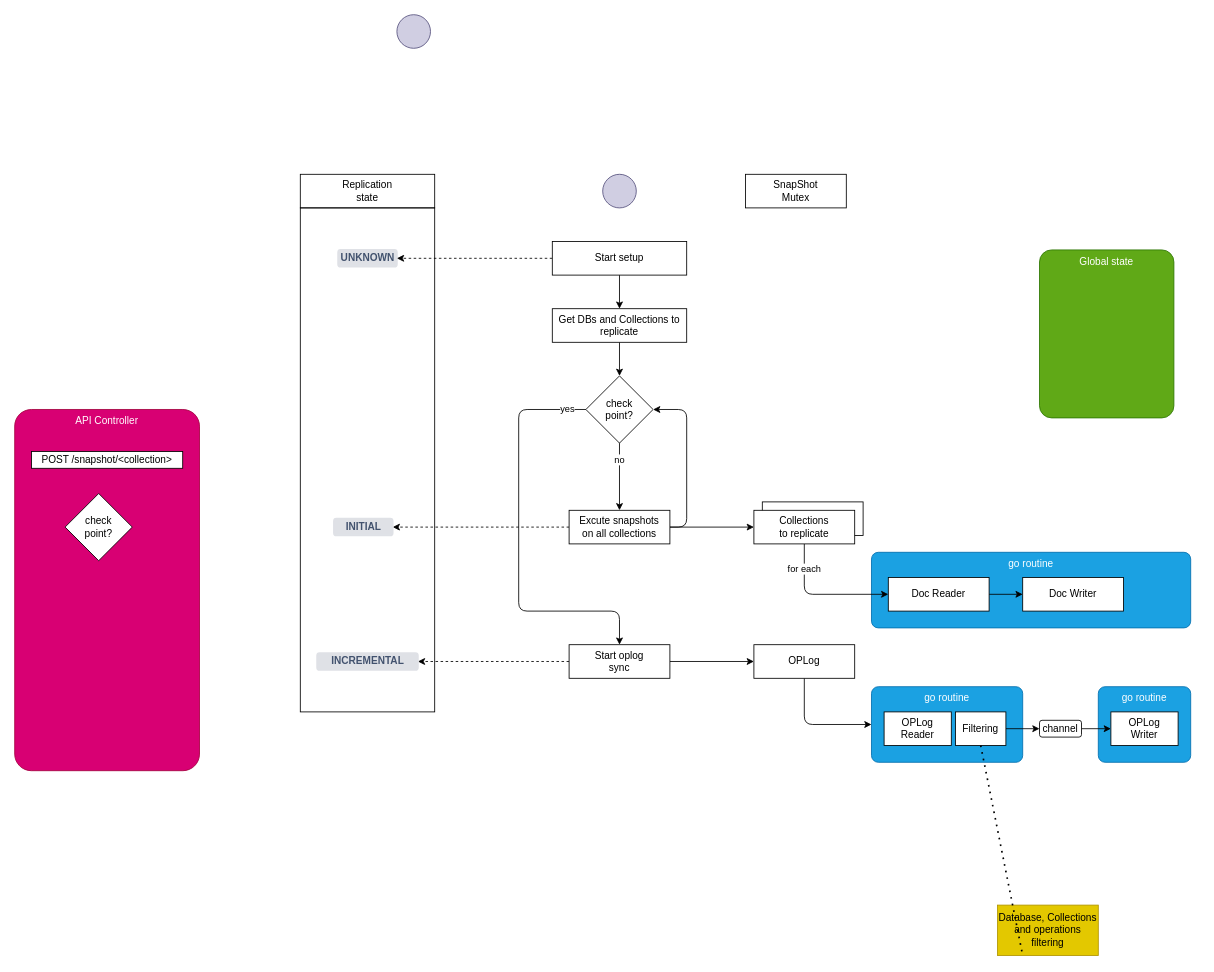
sebastienferry/mongo-repl keeps this draw.io diagram as page "Page-2" (1 of 3) of docs/mongo-repl.drawio. Above is the earlier version. Source tidied: cells renumbered, new cells numbered last; positions are measured from the earlier drawing's top-left corner, leaving out a move shared by most shapes. Both pictures are drawn from the tidied source at 84%, with x=0, y=0 at pixel (14, 14).
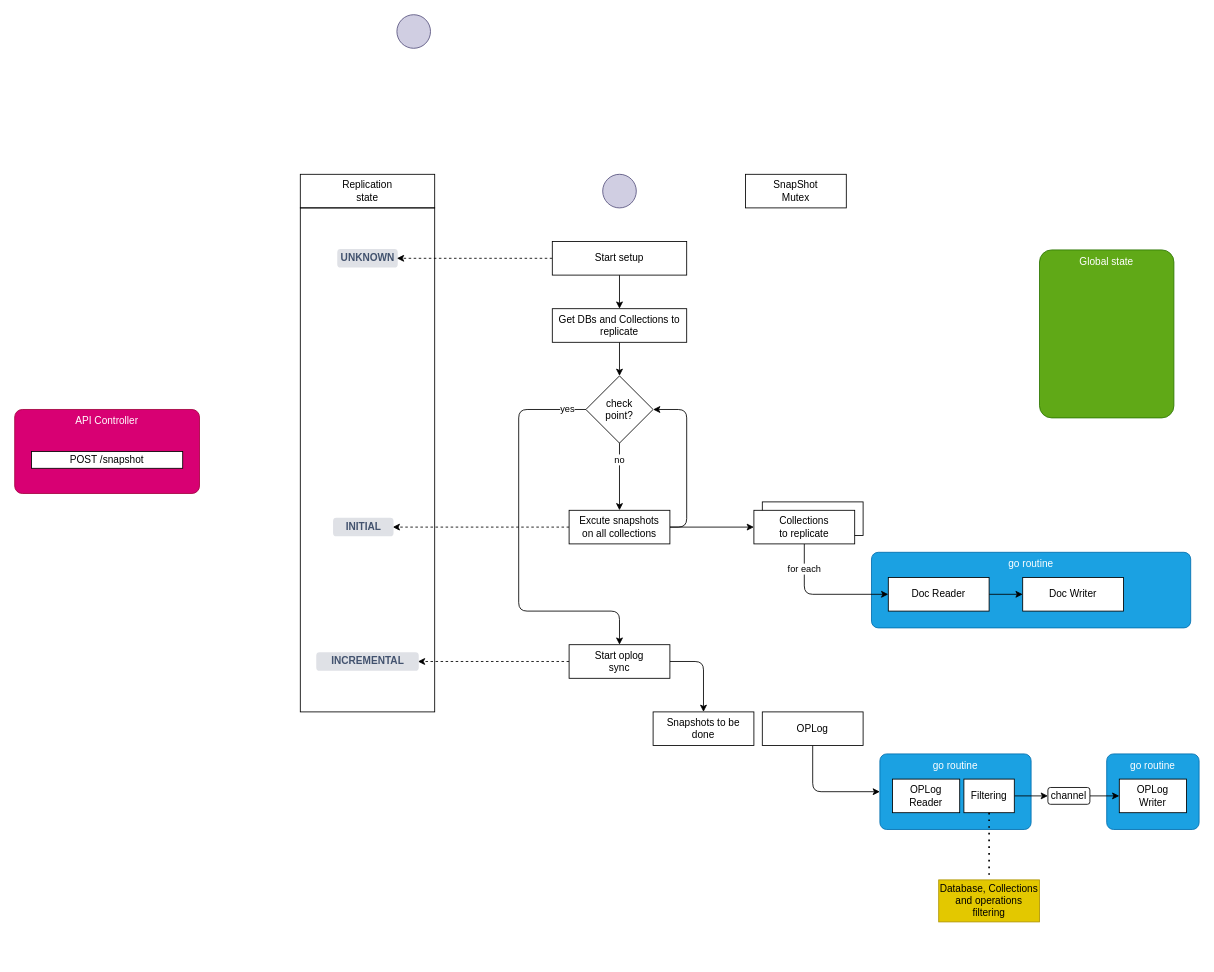
The same diagram, later.

The change refers to these unchanged cells:
```xml
<mxCell id="27" value="Start oplog&lt;br&gt;sync" style="rounded=0;whiteSpace=wrap;html=1;" parent="1" vertex="1">
  <mxGeometry x="660" y="750" width="120" height="40" as="geometry" />
</mxCell>
```

Diff of the diagram source:
```diff
@@
     <mxCell id="2" value="go routine" style="rounded=1;whiteSpace=wrap;html=1;fillColor=#1ba1e2;fontColor=#ffffff;strokeColor=#006EAF;verticalAlign=top;align=center;arcSize=9;" parent="1" vertex="1">
-      <mxGeometry x="1290" y="800" width="110" height="90" as="geometry" />
+      <mxGeometry x="1300" y="880" width="110" height="90" as="geometry" />
     </mxCell>
     <mxCell id="3" value="go routine" style="rounded=1;whiteSpace=wrap;html=1;fillColor=#1ba1e2;fontColor=#ffffff;strokeColor=#006EAF;verticalAlign=top;align=center;arcSize=9;" parent="1" vertex="1">
-      <mxGeometry x="1020" y="800" width="180" height="90" as="geometry" />
+      <mxGeometry x="1030" y="880" width="180" height="90" as="geometry" />
     </mxCell>
@@
     <mxCell id="8" value="OPLog&lt;br&gt;Writer" style="rounded=0;whiteSpace=wrap;html=1;" parent="1" vertex="1">
-      <mxGeometry x="1305" y="830" width="80" height="40" as="geometry" />
+      <mxGeometry x="1315" y="910" width="80" height="40" as="geometry" />
     </mxCell>
     <mxCell id="9" value="OPLog Reader" style="rounded=0;whiteSpace=wrap;html=1;" parent="1" vertex="1">
-      <mxGeometry x="1035" y="830" width="80" height="40" as="geometry" />
+      <mxGeometry x="1045" y="910" width="80" height="40" as="geometry" />
     </mxCell>
@@
     <mxCell id="14" value="channel" style="rounded=1;whiteSpace=wrap;html=1;" parent="1" vertex="1">
-      <mxGeometry x="1220" y="840" width="50" height="20" as="geometry" />
+      <mxGeometry x="1230" y="920" width="50" height="20" as="geometry" />
     </mxCell>
     <mxCell id="15" style="edgeStyle=none;html=1;exitX=0.5;exitY=1;exitDx=0;exitDy=0;entryX=0;entryY=0.5;entryDx=0;entryDy=0;" parent="1" edge="1" source="16" target="3">
       <mxGeometry relative="1" as="geometry">
         <Array as="points">
-          <mxPoint x="940" y="845" />
+          <mxPoint x="950" y="925" />
         </Array>
       </mxGeometry>
     </mxCell>
     <mxCell id="16" value="OPLog" style="rounded=0;whiteSpace=wrap;html=1;" parent="1" vertex="1">
-      <mxGeometry x="880" y="750" width="120" height="40" as="geometry" />
+      <mxGeometry x="890" y="830" width="120" height="40" as="geometry" />
     </mxCell>
@@
     <mxCell id="18" value="Filtering" style="rounded=0;whiteSpace=wrap;html=1;" parent="1" vertex="1">
-      <mxGeometry x="1120" y="830" width="60" height="40" as="geometry" />
+      <mxGeometry x="1130" y="910" width="60" height="40" as="geometry" />
     </mxCell>
     <mxCell id="19" value="Database, Collections and operations filtering" style="rounded=0;whiteSpace=wrap;html=1;fillColor=#e3c800;fontColor=#000000;strokeColor=#B09500;" parent="1" vertex="1">
-      <mxGeometry x="1170" y="1060" width="120" height="60" as="geometry" />
+      <mxGeometry x="1100" y="1030" width="120" height="50" as="geometry" />
     </mxCell>
-    <mxCell id="20" style="endArrow=none;dashed=1;html=1;dashPattern=1 3;strokeWidth=2;entryX=0.25;entryY=1;entryDx=0;entryDy=0;exitX=0.5;exitY=1;exitDx=0;exitDy=0;" parent="1" edge="1" source="18" target="19">
+    <mxCell id="20" style="endArrow=none;dashed=1;html=1;dashPattern=1 3;strokeWidth=2;exitX=0.5;exitY=1;exitDx=0;exitDy=0;" parent="1" edge="1" source="18" target="19">
       <mxGeometry relative="1" as="geometry" />
     </mxCell>
@@
     <mxCell id="23" value="API Controller" style="rounded=1;whiteSpace=wrap;html=1;fillColor=#d80073;fontColor=#ffffff;strokeColor=#A50040;verticalAlign=top;align=center;arcSize=9;" parent="1" vertex="1">
-      <mxGeometry y="470" width="220" height="430" as="geometry" />
+      <mxGeometry y="470" width="220" height="100" as="geometry" />
     </mxCell>
-    <mxCell id="24" value="POST /snapshot/&amp;lt;collection&amp;gt;" style="rounded=0;whiteSpace=wrap;html=1;" parent="1" vertex="1">
+    <mxCell id="24" value="POST /snapshot" style="rounded=0;whiteSpace=wrap;html=1;" parent="1" vertex="1">
       <mxGeometry x="20" y="520" width="180" height="20" as="geometry" />
     </mxCell>
-    <mxCell id="25" style="edgeStyle=orthogonalEdgeStyle;html=1;exitX=1;exitY=0.5;exitDx=0;exitDy=0;startArrow=none;startFill=0;endArrow=classic;endFill=1;" parent="1" edge="1" source="27" target="16">
-      <mxGeometry relative="1" as="geometry" />
-    </mxCell>
@@
+    <mxCell id="48" style="edgeStyle=none;html=1;exitX=1;exitY=0.5;exitDx=0;exitDy=0;entryX=0.5;entryY=0;entryDx=0;entryDy=0;" parent="1" edge="1" source="27" target="49">
+      <mxGeometry relative="1" as="geometry">
+        <Array as="points">
+          <mxPoint x="820" y="770" />
+        </Array>
+      </mxGeometry>
+    </mxCell>
@@
-    <mxCell id="35" value="check&lt;br&gt;point?" style="rhombus;whiteSpace=wrap;html=1;" parent="1" vertex="1">
-      <mxGeometry x="60" y="570" width="80" height="80" as="geometry" />
-    </mxCell>
@@
+    <mxCell id="49" value="Snapshots to be&lt;br&gt;done" style="rounded=0;whiteSpace=wrap;html=1;" parent="1" vertex="1">
+      <mxGeometry x="760" y="830" width="120" height="40" as="geometry" />
+    </mxCell>
```
